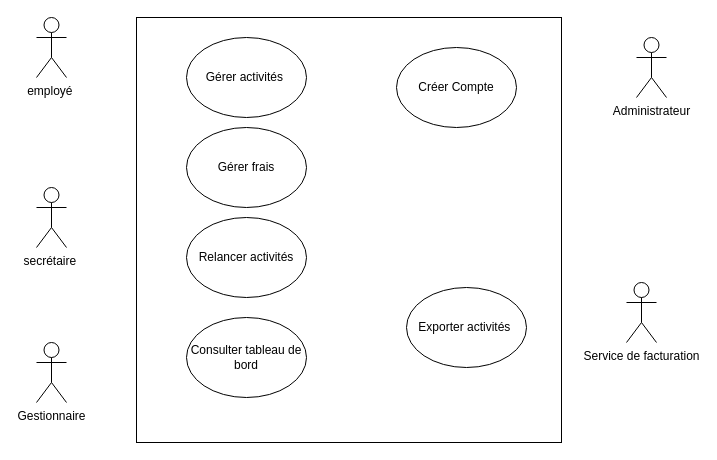
The draw.io diagram Tp1 Analyse et modélisation.drawio in zeuss32/analyse-et-modelisation-lab1, before the edit. Source tidied: cells renumbered, new cells numbered last; positions are measured from the earlier drawing's top-left corner, leaving out a move shared by most shapes. Both pictures are drawn from the tidied source at 100%, with x=0, y=0 at pixel (36, 17).
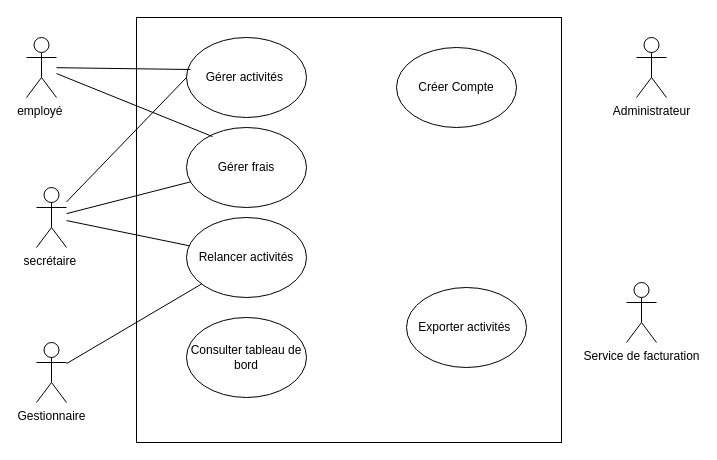
After the change.

Commit message (it also covers changes not shown here):
Mettre à jour Tp1 Analyse et modélisation.drawio

Change to the diagram source:
```diff
@@
 <mxGraphModel>
   <root>
     <mxCell id="0" />
     <mxCell id="1" parent="0" />
     <mxCell id="2" value="employé&amp;nbsp;" style="shape=umlActor;verticalLabelPosition=bottom;verticalAlign=top;html=1;outlineConnect=0;" parent="1" vertex="1">
-      <mxGeometry width="30" height="60" as="geometry" />
+      <mxGeometry x="-10" y="20" width="30" height="60" as="geometry" />
     </mxCell>
     <mxCell id="3" value="secrétaire&amp;nbsp;" style="shape=umlActor;verticalLabelPosition=bottom;verticalAlign=top;html=1;outlineConnect=0;" parent="1" vertex="1">
       <mxGeometry y="170" width="30" height="60" as="geometry" />
     </mxCell>
     <mxCell id="4" value="Gestionnaire" style="shape=umlActor;verticalLabelPosition=bottom;verticalAlign=top;html=1;outlineConnect=0;" parent="1" vertex="1">
       <mxGeometry y="325" width="30" height="60" as="geometry" />
     </mxCell>
     <mxCell id="5" value="Administrateur" style="shape=umlActor;verticalLabelPosition=bottom;verticalAlign=top;html=1;" parent="1" vertex="1">
       <mxGeometry x="600" y="20" width="30" height="60" as="geometry" />
     </mxCell>
+    <mxCell id="7" style="whiteSpace=wrap;html=1;" parent="1" vertex="1">
+      <mxGeometry x="100" width="425" height="425" as="geometry" />
+    </mxCell>
     <mxCell id="6" value="Service de facturation" style="shape=umlActor;verticalLabelPosition=bottom;verticalAlign=top;html=1;" parent="1" vertex="1">
       <mxGeometry x="590" y="265" width="30" height="60" as="geometry" />
     </mxCell>
-    <mxCell id="7" style="whiteSpace=wrap;html=1;" parent="1" vertex="1">
-      <mxGeometry x="100" width="425" height="425" as="geometry" />
-    </mxCell>
     <mxCell id="8" value="Gérer activités&amp;nbsp;" style="ellipse;whiteSpace=wrap;html=1;" parent="1" vertex="1">
       <mxGeometry x="150" y="20" width="120" height="80" as="geometry" />
     </mxCell>
     <mxCell id="9" value="Gérer frais" style="ellipse;whiteSpace=wrap;html=1;" parent="1" vertex="1">
       <mxGeometry x="150" y="110" width="120" height="80" as="geometry" />
     </mxCell>
     <mxCell id="10" value="Relancer activités" style="ellipse;whiteSpace=wrap;html=1;" parent="1" vertex="1">
       <mxGeometry x="150" y="200" width="120" height="80" as="geometry" />
     </mxCell>
     <mxCell id="11" value="Consulter tableau de bord" style="ellipse;whiteSpace=wrap;html=1;" parent="1" vertex="1">
       <mxGeometry x="150" y="300" width="120" height="80" as="geometry" />
     </mxCell>
     <mxCell id="12" value="Créer Compte" style="ellipse;whiteSpace=wrap;html=1;" parent="1" vertex="1">
       <mxGeometry x="360" y="30" width="120" height="80" as="geometry" />
     </mxCell>
     <mxCell id="13" value="Exporter activités&amp;nbsp;" style="ellipse;whiteSpace=wrap;html=1;" parent="1" vertex="1">
       <mxGeometry x="370" y="270" width="120" height="80" as="geometry" />
     </mxCell>
+    <mxCell id="14" style="rounded=0;jettySize=auto;html=1;entryX=0.033;entryY=0.4;entryDx=0;entryDy=0;entryPerimeter=0;endArrow=none;endFill=0;" parent="1" edge="1" source="2" target="8">
+      <mxGeometry relative="1" as="geometry" />
+    </mxCell>
+    <mxCell id="15" style="rounded=0;jettySize=auto;html=1;entryX=0.217;entryY=0.113;entryDx=0;entryDy=0;entryPerimeter=0;endArrow=none;endFill=0;" parent="1" edge="1" source="2" target="9">
+      <mxGeometry relative="1" as="geometry" />
+    </mxCell>
+    <mxCell id="16" style="rounded=0;jettySize=auto;html=1;entryX=0;entryY=0.5;entryDx=0;entryDy=0;endArrow=none;endFill=0;" parent="1" edge="1" source="3" target="8">
+      <mxGeometry relative="1" as="geometry" />
+    </mxCell>
+    <mxCell id="17" style="rounded=0;jettySize=auto;html=1;endArrow=none;endFill=0;" parent="1" edge="1" source="3" target="9">
+      <mxGeometry relative="1" as="geometry" />
+    </mxCell>
+    <mxCell id="18" style="rounded=0;jettySize=auto;html=1;endArrow=none;endFill=0;" parent="1" edge="1" source="4" target="10">
+      <mxGeometry relative="1" as="geometry" />
+    </mxCell>
+    <mxCell id="19" style="rounded=0;jettySize=auto;html=1;endArrow=none;endFill=0;" parent="1" edge="1" source="3" target="10">
+      <mxGeometry relative="1" as="geometry" />
+    </mxCell>
   </root>
 </mxGraphModel>
```
